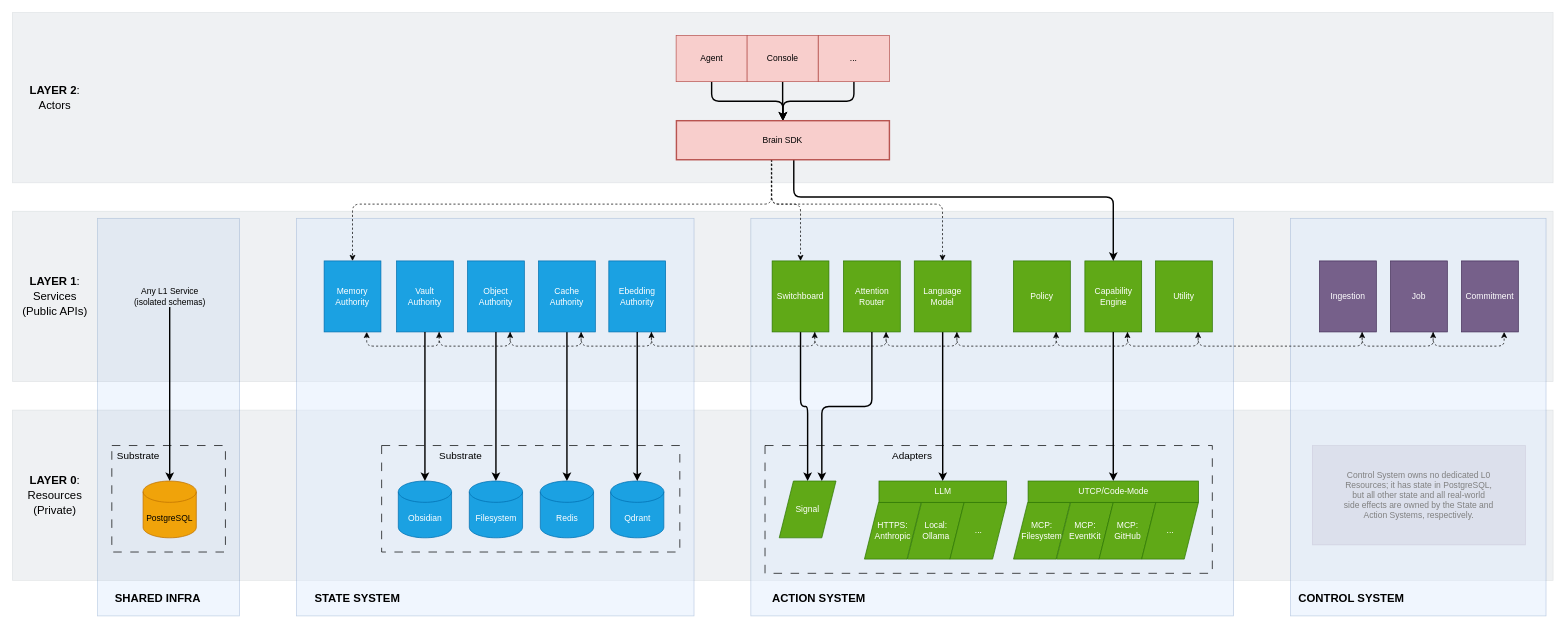
The draw.io diagram page "boundaries-and-responsibilities" (4 of 4) of img/diagrams.drawio in cmtonkinson/brain, before the edit. Source tidied: cells renumbered, new cells numbered last; positions are measured from the earlier drawing's top-left corner, leaving out a move shared by most shapes. Both pictures are drawn from the tidied source at 71%, with x=0, y=0 at pixel (12, 12).
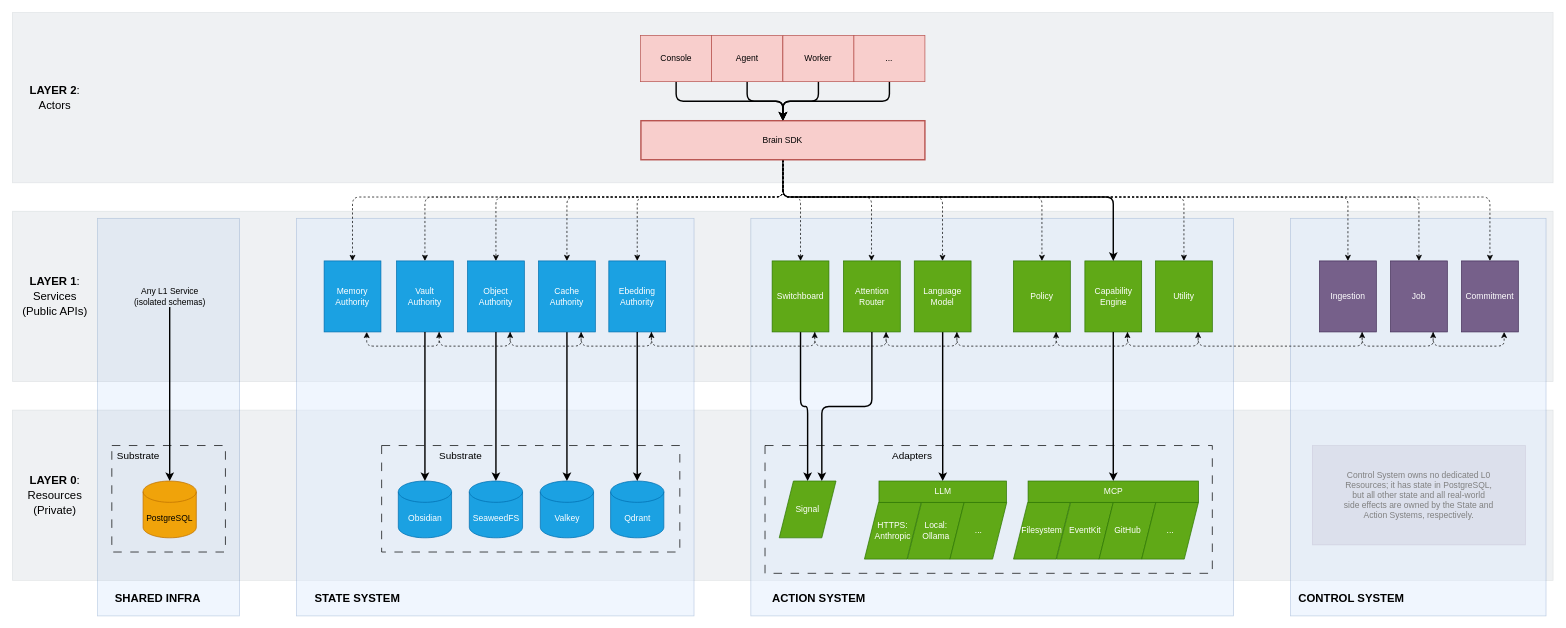
After the change.

The change refers to these unchanged cells:
```xml
<mxCell id="9" value="Vault&lt;div&gt;Authority&lt;/div&gt;" style="rounded=0;whiteSpace=wrap;html=1;fillColor=#1ba1e2;strokeColor=#006EAF;fontColor=#ffffff;" parent="1" vertex="1">
  <mxGeometry x="541" y="350" width="80" height="100" as="geometry" />
</mxCell>
<mxCell id="11" value="Object&lt;div&gt;Authority&lt;/div&gt;" style="rounded=0;whiteSpace=wrap;html=1;fillColor=#1ba1e2;strokeColor=#006EAF;fontColor=#ffffff;" parent="1" vertex="1">
  <mxGeometry x="641" y="350" width="80" height="100" as="geometry" />
</mxCell>
<mxCell id="14" value="Memory&lt;div&gt;Authority&lt;/div&gt;" style="rounded=0;whiteSpace=wrap;html=1;fillColor=#1ba1e2;strokeColor=#006EAF;fontColor=#ffffff;" parent="1" vertex="1">
  <mxGeometry x="439" y="350" width="80" height="100" as="geometry" />
</mxCell>
<mxCell id="19" value="Policy" style="rounded=0;whiteSpace=wrap;html=1;fillColor=#60a917;strokeColor=#2D7600;fontColor=#ffffff;" parent="1" vertex="1">
  <mxGeometry x="1410" y="350" width="80" height="100" as="geometry" />
</mxCell>
<mxCell id="20" value="Capability&lt;div&gt;Engine&lt;/div&gt;" style="rounded=0;whiteSpace=wrap;html=1;fillColor=#60a917;strokeColor=#2D7600;fontColor=#ffffff;" parent="1" vertex="1">
  <mxGeometry x="1510.5" y="350" width="80" height="100" as="geometry" />
</mxCell>
<mxCell id="22" value="Attention&lt;br&gt;Router" style="rounded=0;whiteSpace=wrap;html=1;fillColor=#60a917;strokeColor=#2D7600;fontColor=#ffffff;" parent="1" vertex="1">
  <mxGeometry x="1170.5" y="350" width="80" height="100" as="geometry" />
</mxCell>
<mxCell id="27" value="Commitment" style="rounded=0;whiteSpace=wrap;html=1;fillColor=#76608a;strokeColor=#432D57;fontColor=#ffffff;" parent="1" vertex="1">
  <mxGeometry x="2041" y="350" width="80" height="100" as="geometry" />
</mxCell>
<mxCell id="29" value="Job" style="rounded=0;whiteSpace=wrap;html=1;fillColor=#76608a;strokeColor=#432D57;fontColor=#ffffff;" parent="1" vertex="1">
  <mxGeometry x="1941" y="350" width="80" height="100" as="geometry" />
</mxCell>
<mxCell id="31" value="Ingestion" style="rounded=0;whiteSpace=wrap;html=1;fillColor=#76608a;strokeColor=#432D57;fontColor=#ffffff;" parent="1" vertex="1">
  <mxGeometry x="1841" y="350" width="80" height="100" as="geometry" />
</mxCell>
<mxCell id="49" value="Switchboard" style="rounded=0;whiteSpace=wrap;html=1;fillColor=#60a917;strokeColor=#2D7600;fontColor=#ffffff;" parent="1" vertex="1">
  <mxGeometry x="1070" y="350" width="80" height="100" as="geometry" />
</mxCell>
<mxCell id="52" style="group;" parent="51" vertex="1">
  <mxGeometry width="260.5" height="110" as="geometry" />
</mxCell>
<mxCell id="61" value="Cache&lt;div&gt;Authority&lt;/div&gt;" style="rounded=0;whiteSpace=wrap;html=1;fillColor=#1ba1e2;strokeColor=#006EAF;fontColor=#ffffff;" parent="1" vertex="1">
  <mxGeometry x="741" y="350" width="80" height="100" as="geometry" />
</mxCell>
<mxCell id="65" value="Ebedding&lt;div&gt;Authority&lt;/div&gt;" style="rounded=0;whiteSpace=wrap;html=1;fillColor=#1ba1e2;strokeColor=#006EAF;fontColor=#ffffff;" parent="1" vertex="1">
  <mxGeometry x="840" y="350" width="80" height="100" as="geometry" />
</mxCell>
<mxCell id="70" value="Language&lt;br&gt;Model" style="rounded=0;whiteSpace=wrap;html=1;fillColor=#60a917;strokeColor=#2D7600;fontColor=#ffffff;" parent="1" vertex="1">
  <mxGeometry x="1270.2" y="350" width="80" height="100" as="geometry" />
</mxCell>
<mxCell id="89" value="Utility" style="rounded=0;whiteSpace=wrap;html=1;fillColor=#60a917;strokeColor=#2D7600;fontColor=#ffffff;" parent="1" vertex="1">
  <mxGeometry x="1610" y="350" width="80" height="100" as="geometry" />
</mxCell>
```

Diff of the diagram source:
```diff
@@
-    <mxCell id="36" style="rounded=1;jettySize=auto;html=1;entryX=0.5;entryY=0;entryDx=0;entryDy=0;edgeStyle=orthogonalEdgeStyle;curved=0;strokeWidth=2;exitX=0.551;exitY=0.985;exitDx=0;exitDy=0;exitPerimeter=0;" parent="1" edge="1" source="87" target="20">
+    <mxCell id="36" style="rounded=1;jettySize=auto;html=1;entryX=0.5;entryY=0;entryDx=0;entryDy=0;edgeStyle=orthogonalEdgeStyle;curved=0;strokeWidth=2;exitX=0.5;exitY=1;exitDx=0;exitDy=0;" parent="1" edge="1" source="87" target="20">
       <mxGeometry relative="1" as="geometry">
         <Array as="points">
-          <mxPoint x="1101" y="260" />
+          <mxPoint x="1085" y="260" />
           <mxPoint x="1550" y="260" />
         </Array>
       </mxGeometry>
     </mxCell>
@@
-    <mxCell id="42" value="Filesystem" style="shape=cylinder3;whiteSpace=wrap;html=1;boundedLbl=1;backgroundOutline=1;size=15;fillColor=#1ba1e2;strokeColor=#006EAF;fontColor=#ffffff;" parent="1" vertex="1">
+    <mxCell id="42" value="SeaweedFS" style="shape=cylinder3;whiteSpace=wrap;html=1;boundedLbl=1;backgroundOutline=1;size=15;fillColor=#1ba1e2;strokeColor=#006EAF;fontColor=#ffffff;" parent="1" vertex="1">
       <mxGeometry x="643.5" y="660" width="75" height="80" as="geometry" />
     </mxCell>
@@
-    <mxCell id="50" style="edgeStyle=orthogonalEdgeStyle;rounded=1;jettySize=auto;html=1;entryX=0.5;entryY=0;entryDx=0;entryDy=0;curved=0;strokeWidth=1;dashed=1;exitX=0.448;exitY=0.997;exitDx=0;exitDy=0;exitPerimeter=0;" parent="1" edge="1" source="87" target="49">
-      <mxGeometry relative="1" as="geometry">
-        <Array as="points">
-          <mxPoint x="1070" y="270" />
-          <mxPoint x="1110" y="270" />
-        </Array>
-      </mxGeometry>
-    </mxCell>
@@
-    <mxCell id="53" value="MCP:&lt;br&gt;Filesystem" style="shape=parallelogram;perimeter=parallelogramPerimeter;whiteSpace=wrap;html=1;fixedSize=1;fillColor=#60a917;strokeColor=#2D7600;fontColor=#ffffff;" parent="52" vertex="1">
+    <mxCell id="53" value="Filesystem" style="shape=parallelogram;perimeter=parallelogramPerimeter;whiteSpace=wrap;html=1;fixedSize=1;fillColor=#60a917;strokeColor=#2D7600;fontColor=#ffffff;" parent="52" vertex="1">
       <mxGeometry y="30" width="80" height="80" as="geometry" />
     </mxCell>
-    <mxCell id="54" value="MCP:&lt;div&gt;EventKit&lt;/div&gt;" style="shape=parallelogram;perimeter=parallelogramPerimeter;whiteSpace=wrap;html=1;fixedSize=1;fillColor=#60a917;strokeColor=#2D7600;fontColor=#ffffff;" parent="52" vertex="1">
+    <mxCell id="54" value="&lt;div&gt;EventKit&lt;/div&gt;" style="shape=parallelogram;perimeter=parallelogramPerimeter;whiteSpace=wrap;html=1;fixedSize=1;fillColor=#60a917;strokeColor=#2D7600;fontColor=#ffffff;" parent="52" vertex="1">
       <mxGeometry x="60.5" y="30" width="80" height="80" as="geometry" />
     </mxCell>
-    <mxCell id="55" value="MCP:&lt;br&gt;GitHub" style="shape=parallelogram;perimeter=parallelogramPerimeter;whiteSpace=wrap;html=1;fixedSize=1;fillColor=#60a917;strokeColor=#2D7600;fontColor=#ffffff;" parent="52" vertex="1">
+    <mxCell id="55" value="GitHub" style="shape=parallelogram;perimeter=parallelogramPerimeter;whiteSpace=wrap;html=1;fixedSize=1;fillColor=#60a917;strokeColor=#2D7600;fontColor=#ffffff;" parent="52" vertex="1">
       <mxGeometry x="120.5" y="30" width="80" height="80" as="geometry" />
     </mxCell>
@@
-    <mxCell id="57" value="UTCP/Code-Mode" style="rounded=0;whiteSpace=wrap;html=1;fillColor=#60a917;fontColor=#ffffff;strokeColor=#2D7600;" parent="52" vertex="1">
+    <mxCell id="57" value="MCP" style="rounded=0;whiteSpace=wrap;html=1;fillColor=#60a917;fontColor=#ffffff;strokeColor=#2D7600;" parent="52" vertex="1">
       <mxGeometry x="20.5" width="240" height="30" as="geometry" />
     </mxCell>
-    <mxCell id="58" style="edgeStyle=orthogonalEdgeStyle;rounded=1;jettySize=auto;html=1;strokeWidth=1;curved=0;dashed=1;exitX=0.446;exitY=0.997;exitDx=0;exitDy=0;exitPerimeter=0;" parent="1" edge="1" source="87" target="70">
-      <mxGeometry relative="1" as="geometry">
-        <Array as="points">
-          <mxPoint x="1069" y="270" />
-          <mxPoint x="1310" y="270" />
-        </Array>
-      </mxGeometry>
-    </mxCell>
@@
-    <mxCell id="62" value="Redis" style="shape=cylinder3;whiteSpace=wrap;html=1;boundedLbl=1;backgroundOutline=1;size=15;fillColor=#1ba1e2;strokeColor=#006EAF;fontColor=#ffffff;" parent="1" vertex="1">
+    <mxCell id="62" value="Valkey" style="shape=cylinder3;whiteSpace=wrap;html=1;boundedLbl=1;backgroundOutline=1;size=15;fillColor=#1ba1e2;strokeColor=#006EAF;fontColor=#ffffff;" parent="1" vertex="1">
       <mxGeometry x="743.5" y="660" width="75" height="80" as="geometry" />
     </mxCell>
@@
-    <mxCell id="81" style="edgeStyle=orthogonalEdgeStyle;rounded=1;jettySize=auto;html=1;exitX=0.446;exitY=0.985;exitDx=0;exitDy=0;exitPerimeter=0;dashed=1;curved=0;" parent="1" edge="1" source="87" target="14">
-      <mxGeometry relative="1" as="geometry">
-        <Array as="points">
-          <mxPoint x="1069" y="270" />
-          <mxPoint x="479" y="270" />
-        </Array>
-      </mxGeometry>
-    </mxCell>
-    <mxCell id="82" value="Agent" style="rounded=0;whiteSpace=wrap;html=1;fillColor=#f8cecc;strokeColor=#b85450;" parent="1" vertex="1">
-      <mxGeometry x="934.8" y="32.5" width="100" height="65" as="geometry" />
+    <mxCell id="82" value="Console" style="rounded=0;whiteSpace=wrap;html=1;fillColor=#f8cecc;strokeColor=#b85450;" parent="1" vertex="1">
+      <mxGeometry x="884.8" y="32.5" width="100" height="65" as="geometry" />
     </mxCell>
@@
-    <mxCell id="84" value="Console" style="rounded=0;whiteSpace=wrap;html=1;fillColor=#f8cecc;strokeColor=#b85450;" parent="1" vertex="1">
-      <mxGeometry x="1034.8" y="32.5" width="100" height="65" as="geometry" />
+    <mxCell id="84" value="Agent" style="rounded=0;whiteSpace=wrap;html=1;fillColor=#f8cecc;strokeColor=#b85450;" parent="1" vertex="1">
+      <mxGeometry x="984.8" y="32.5" width="100" height="65" as="geometry" />
     </mxCell>
@@
-    <mxCell id="86" value="..." style="rounded=0;whiteSpace=wrap;html=1;fillColor=#f8cecc;strokeColor=#b85450;" parent="1" vertex="1">
-      <mxGeometry x="1135.2" y="32.5" width="100" height="65" as="geometry" />
+    <mxCell id="86" value="Worker" style="rounded=0;whiteSpace=wrap;html=1;fillColor=#f8cecc;strokeColor=#b85450;" parent="1" vertex="1">
+      <mxGeometry x="1085.2" y="32.5" width="100" height="65" as="geometry" />
     </mxCell>
+    <mxCell id="81" style="edgeStyle=orthogonalEdgeStyle;rounded=1;jettySize=auto;html=1;curved=0;dashed=1;" parent="1" edge="1" source="87" target="14">
+      <mxGeometry relative="1" as="geometry">
+        <Array as="points">
+          <mxPoint x="1085" y="260" />
+          <mxPoint x="479" y="260" />
+        </Array>
+      </mxGeometry>
+    </mxCell>
+    <mxCell id="90" style="edgeStyle=orthogonalEdgeStyle;rounded=1;jettySize=auto;html=1;curved=0;dashed=1;" parent="1" edge="1" source="87" target="9">
+      <mxGeometry relative="1" as="geometry">
+        <Array as="points">
+          <mxPoint x="1085" y="260" />
+          <mxPoint x="581" y="260" />
+        </Array>
+      </mxGeometry>
+    </mxCell>
+    <mxCell id="91" style="edgeStyle=orthogonalEdgeStyle;rounded=1;jettySize=auto;html=1;curved=0;dashed=1;" parent="1" edge="1" source="87" target="11">
+      <mxGeometry relative="1" as="geometry">
+        <Array as="points">
+          <mxPoint x="1085" y="260" />
+          <mxPoint x="681" y="260" />
+        </Array>
+      </mxGeometry>
+    </mxCell>
+    <mxCell id="92" style="edgeStyle=orthogonalEdgeStyle;rounded=1;jettySize=auto;html=1;curved=0;dashed=1;" parent="1" edge="1" source="87" target="61">
+      <mxGeometry relative="1" as="geometry">
+        <Array as="points">
+          <mxPoint x="1085" y="260" />
+          <mxPoint x="781" y="260" />
+        </Array>
+      </mxGeometry>
+    </mxCell>
+    <mxCell id="93" style="edgeStyle=orthogonalEdgeStyle;rounded=1;jettySize=auto;html=1;curved=0;dashed=1;" parent="1" edge="1" source="87" target="65">
+      <mxGeometry relative="1" as="geometry">
+        <Array as="points">
+          <mxPoint x="1085" y="260" />
+          <mxPoint x="880" y="260" />
+        </Array>
+      </mxGeometry>
+    </mxCell>
+    <mxCell id="50" style="edgeStyle=orthogonalEdgeStyle;rounded=1;jettySize=auto;html=1;curved=0;dashed=1;" parent="1" edge="1" source="87" target="49">
+      <mxGeometry relative="1" as="geometry">
+        <Array as="points">
+          <mxPoint x="1085" y="260" />
+          <mxPoint x="1110" y="260" />
+        </Array>
+      </mxGeometry>
+    </mxCell>
+    <mxCell id="94" style="edgeStyle=orthogonalEdgeStyle;rounded=1;jettySize=auto;html=1;curved=0;dashed=1;" parent="1" edge="1" source="87" target="22">
+      <mxGeometry relative="1" as="geometry">
+        <Array as="points">
+          <mxPoint x="1085" y="260" />
+          <mxPoint x="1210" y="260" />
+        </Array>
+      </mxGeometry>
+    </mxCell>
+    <mxCell id="58" style="edgeStyle=orthogonalEdgeStyle;rounded=1;jettySize=auto;html=1;curved=0;dashed=1;" parent="1" edge="1" source="87" target="70">
+      <mxGeometry relative="1" as="geometry">
+        <Array as="points">
+          <mxPoint x="1085" y="260" />
+          <mxPoint x="1310" y="260" />
+        </Array>
+      </mxGeometry>
+    </mxCell>
+    <mxCell id="95" style="edgeStyle=orthogonalEdgeStyle;rounded=1;jettySize=auto;html=1;curved=0;dashed=1;" parent="1" edge="1" source="87" target="19">
+      <mxGeometry relative="1" as="geometry">
+        <Array as="points">
+          <mxPoint x="1085" y="260" />
+          <mxPoint x="1450" y="260" />
+        </Array>
+      </mxGeometry>
+    </mxCell>
+    <mxCell id="96" style="edgeStyle=orthogonalEdgeStyle;rounded=1;jettySize=auto;html=1;curved=0;dashed=1;" parent="1" edge="1" source="87" target="89">
+      <mxGeometry relative="1" as="geometry">
+        <Array as="points">
+          <mxPoint x="1085" y="260" />
+          <mxPoint x="1650" y="260" />
+        </Array>
+      </mxGeometry>
+    </mxCell>
+    <mxCell id="97" style="edgeStyle=orthogonalEdgeStyle;rounded=1;jettySize=auto;html=1;curved=0;dashed=1;" parent="1" edge="1" source="87" target="31">
+      <mxGeometry relative="1" as="geometry">
+        <Array as="points">
+          <mxPoint x="1085" y="260" />
+          <mxPoint x="1881" y="260" />
+        </Array>
+      </mxGeometry>
+    </mxCell>
+    <mxCell id="98" style="edgeStyle=orthogonalEdgeStyle;rounded=1;jettySize=auto;html=1;curved=0;dashed=1;" parent="1" edge="1" source="87" target="29">
+      <mxGeometry relative="1" as="geometry">
+        <Array as="points">
+          <mxPoint x="1085" y="260" />
+          <mxPoint x="1981" y="260" />
+        </Array>
+      </mxGeometry>
+    </mxCell>
+    <mxCell id="99" style="edgeStyle=orthogonalEdgeStyle;rounded=1;jettySize=auto;html=1;curved=0;dashed=1;" parent="1" edge="1" source="87" target="27">
+      <mxGeometry relative="1" as="geometry">
+        <Array as="points">
+          <mxPoint x="1085" y="260" />
+          <mxPoint x="2081" y="260" />
+        </Array>
+      </mxGeometry>
+    </mxCell>
     <mxCell id="87" value="Brain SDK" style="rounded=0;whiteSpace=wrap;html=1;fillStyle=solid;fillColor=#f8cecc;strokeColor=#b85450;gradientColor=none;gradientDirection=radial;strokeWidth=2;" parent="1" vertex="1">
-      <mxGeometry x="935.2" y="152.5" width="300" height="55" as="geometry" />
+      <mxGeometry x="885.2" y="152.5" width="400" height="55" as="geometry" />
     </mxCell>
@@
+    <mxCell id="100" style="edgeStyle=orthogonalEdgeStyle;rounded=1;jettySize=auto;html=1;entryX=0.5;entryY=0;entryDx=0;entryDy=0;strokeWidth=2;curved=0;" parent="1" edge="1" source="101" target="87">
+      <mxGeometry relative="1" as="geometry" />
+    </mxCell>
+    <mxCell id="101" value="..." style="rounded=0;whiteSpace=wrap;html=1;fillColor=#f8cecc;strokeColor=#b85450;" parent="1" vertex="1">
+      <mxGeometry x="1185.2" y="32.5" width="100" height="65" as="geometry" />
+    </mxCell>
```
